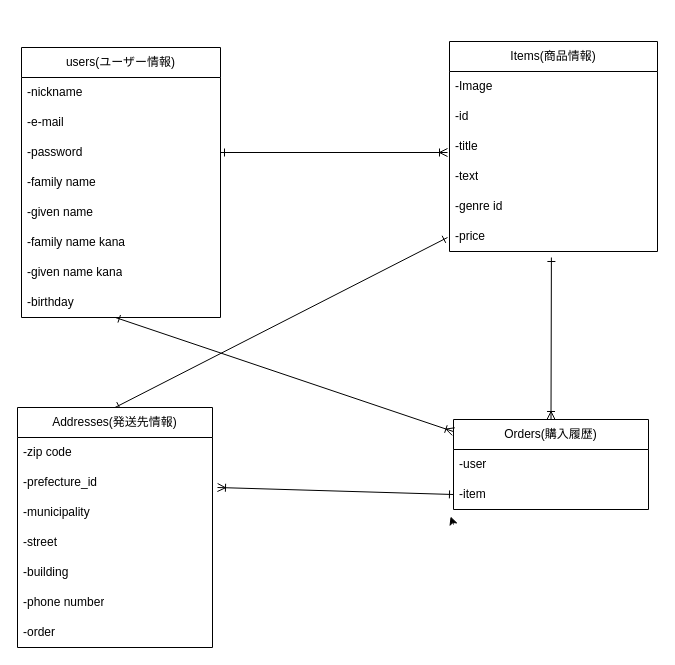
The draw.io diagram ER.dio in Ryuma0724/furima-39794, before the edit. Source tidied: cells renumbered, new cells numbered last; positions are measured from the earlier drawing's top-left corner, leaving out a move shared by most shapes. Both pictures are drawn from the tidied source at 100%, with x=0, y=0 at pixel (17, 41).
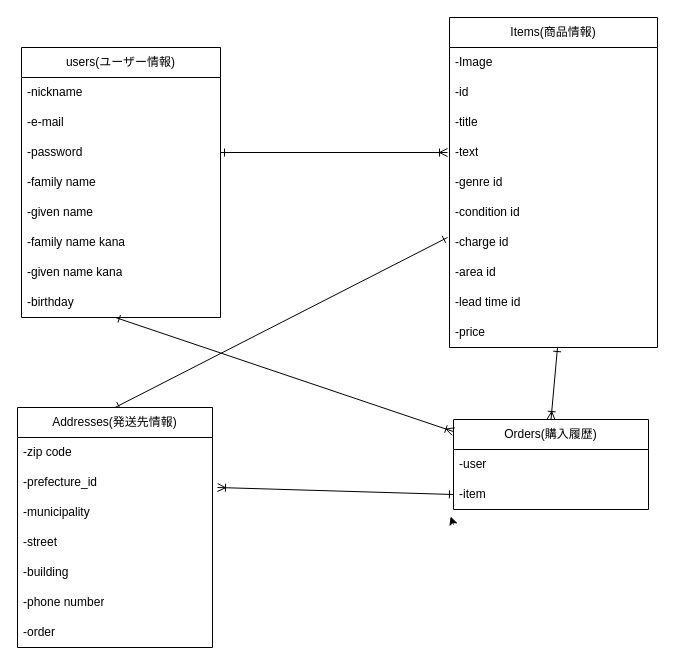
The same diagram, later.

The change refers to these unchanged cells:
```xml
<mxCell id="19" value="Orders(購入履歴)" style="swimlane;fontStyle=0;horizontal=1;startSize=30;whiteSpace=wrap;html=1;" parent="1" vertex="1">
  <mxGeometry x="436" y="378" width="195" height="90" as="geometry" />
</mxCell>
```

The edit, as a diff of the source:
```diff
@@
     <mxCell id="11" value="Items(商品情報)" style="swimlane;fontStyle=0;horizontal=1;startSize=30;whiteSpace=wrap;html=1;" parent="1" vertex="1">
-      <mxGeometry x="432" width="208" height="210" as="geometry" />
+      <mxGeometry x="432" y="-24" width="208" height="330" as="geometry" />
     </mxCell>
@@
+    <mxCell id="35" value="-condition id" style="text;strokeColor=none;fillColor=none;align=left;verticalAlign=middle;spacingLeft=4;spacingRight=4;overflow=hidden;whiteSpace=wrap;html=1;" parent="11" vertex="1">
+      <mxGeometry y="180" width="208" height="30" as="geometry" />
+    </mxCell>
+    <mxCell id="36" value="-charge id" style="text;strokeColor=none;fillColor=none;align=left;verticalAlign=middle;spacingLeft=4;spacingRight=4;overflow=hidden;whiteSpace=wrap;html=1;" parent="11" vertex="1">
+      <mxGeometry y="210" width="208" height="30" as="geometry" />
+    </mxCell>
+    <mxCell id="37" value="-area id" style="text;strokeColor=none;fillColor=none;align=left;verticalAlign=middle;spacingLeft=4;spacingRight=4;overflow=hidden;whiteSpace=wrap;html=1;" parent="11" vertex="1">
+      <mxGeometry y="240" width="208" height="30" as="geometry" />
+    </mxCell>
+    <mxCell id="38" value="-lead time id" style="text;strokeColor=none;fillColor=none;align=left;verticalAlign=middle;spacingLeft=4;spacingRight=4;overflow=hidden;whiteSpace=wrap;html=1;" parent="11" vertex="1">
+      <mxGeometry y="270" width="208" height="30" as="geometry" />
+    </mxCell>
     <mxCell id="17" value="-price" style="text;strokeColor=none;fillColor=none;align=left;verticalAlign=middle;spacingLeft=4;spacingRight=4;overflow=hidden;whiteSpace=wrap;html=1;" parent="11" vertex="1">
-      <mxGeometry y="180" width="208" height="30" as="geometry" />
+      <mxGeometry y="300" width="208" height="30" as="geometry" />
     </mxCell>
-    <mxCell id="18" style="edgeStyle=none;html=1;exitX=0.5;exitY=0;exitDx=0;exitDy=0;entryX=0.49;entryY=1.2;entryDx=0;entryDy=0;entryPerimeter=0;startArrow=ERoneToMany;startFill=0;endArrow=ERone;endFill=0;" parent="1" edge="1" source="19">
+    <mxCell id="18" style="edgeStyle=none;html=1;exitX=0.5;exitY=0;exitDx=0;exitDy=0;startArrow=ERoneToMany;startFill=0;endArrow=ERone;endFill=0;" parent="1" edge="1" source="19">
       <mxGeometry relative="1" as="geometry">
-        <mxPoint x="533.9" y="216" as="targetPoint" />
+        <mxPoint x="540" y="306" as="targetPoint" />
       </mxGeometry>
     </mxCell>
```
